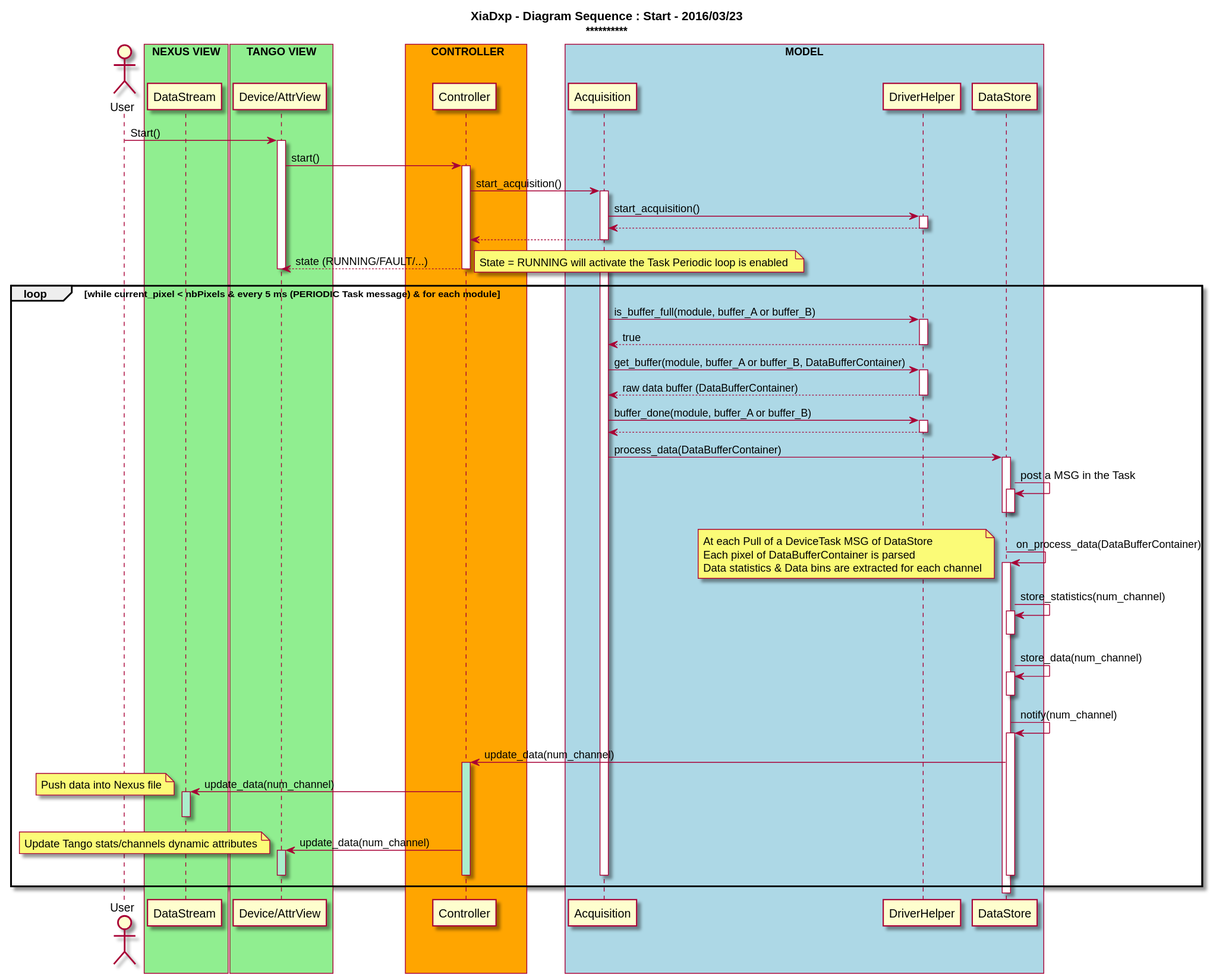
Above: uml/diagram_sequence_start_acquisition_MAPPING_1.svg in anoureddine/XiaDxp (PlantUML), before the change. Its source is kept beside it as uml/diagram_sequence_start_acquisition_MAPPING_1.puml.
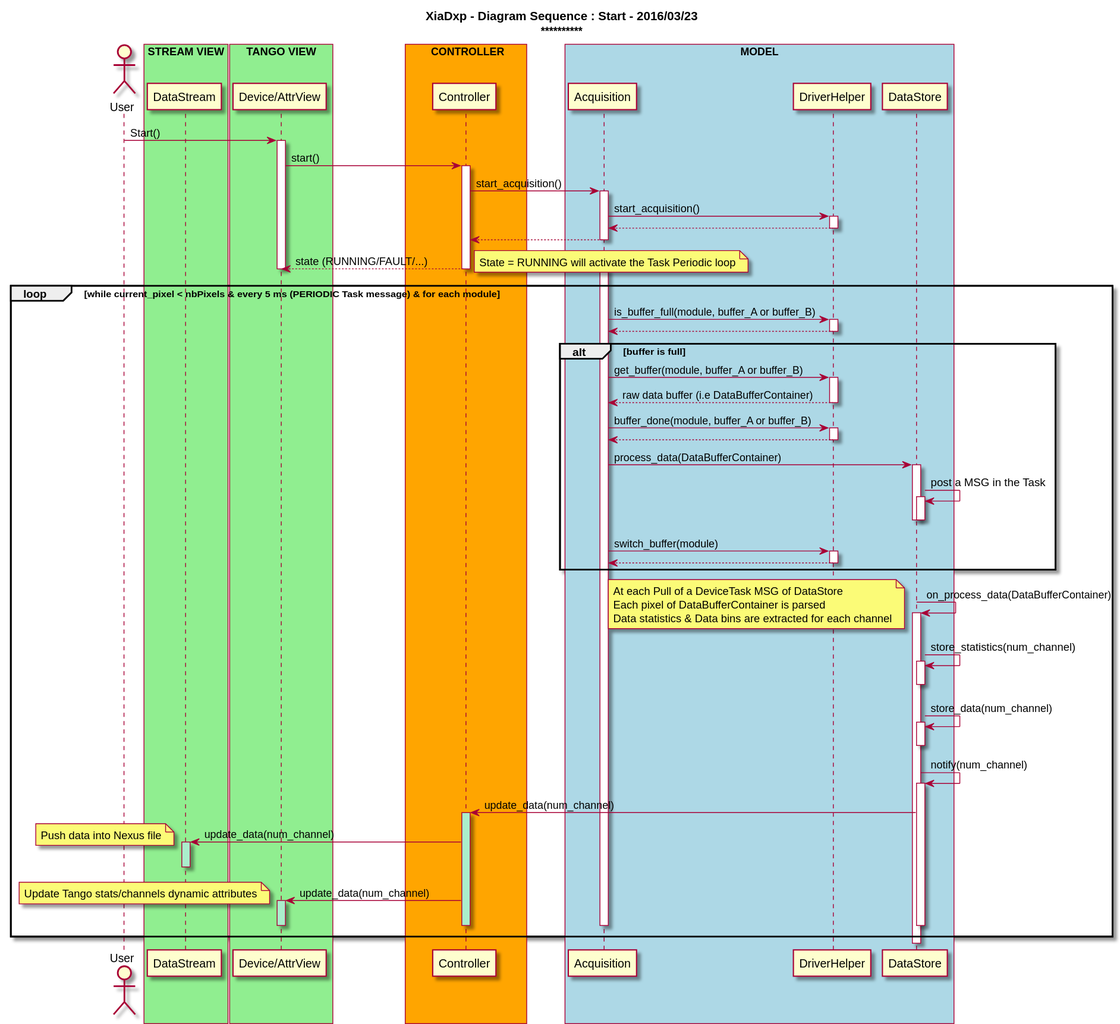
Above is the later version.

What changed in the source:
```diff
@@ -5,7 +5,7 @@
 actor User
 
 participant "DataStream" as Stream
-box "NEXUS VIEW" #LightGreen
+box "STREAM VIEW" #LightGreen
 	participant Stream
 end box
 
@@ -52,7 +52,7 @@
 deactivate Device
 
 note right
-            State = RUNNING will activate the Task Periodic loop is enabled
+            State = RUNNING will activate the Task Periodic loop
 end note
 
 activate Acq
@@ -60,12 +60,13 @@
 loop while  current_pixel < nbPixels & every 5 ms (PERIODIC Task message) & for each module
             Acq -> Driver : is_buffer_full(module, buffer_A or buffer_B)
             activate Driver
-            Driver --> Acq : true
+            Driver --> Acq
             deactivate Driver
+alt buffer is full
 
-            Acq -> Driver : get_buffer(module, buffer_A or buffer_B, DataBufferContainer)
+            Acq -> Driver : get_buffer(module, buffer_A or buffer_B)
             activate Driver
-            Driver --> Acq : raw data buffer (DataBufferContainer)
+            Driver --> Acq : raw data buffer (i.e DataBufferContainer)
             deactivate Driver
 
             Acq -> Driver : buffer_done(module, buffer_A or buffer_B)
@@ -80,7 +81,11 @@
             deactivate Store
             deactivate Store
 
-
+            Acq -> Driver : switch_buffer(module)
+            activate Driver
+            Driver --> Acq
+            deactivate Driver
+end
             Store -> Store: on_process_data(DataBufferContainer)
             activate Store
 note left
```
